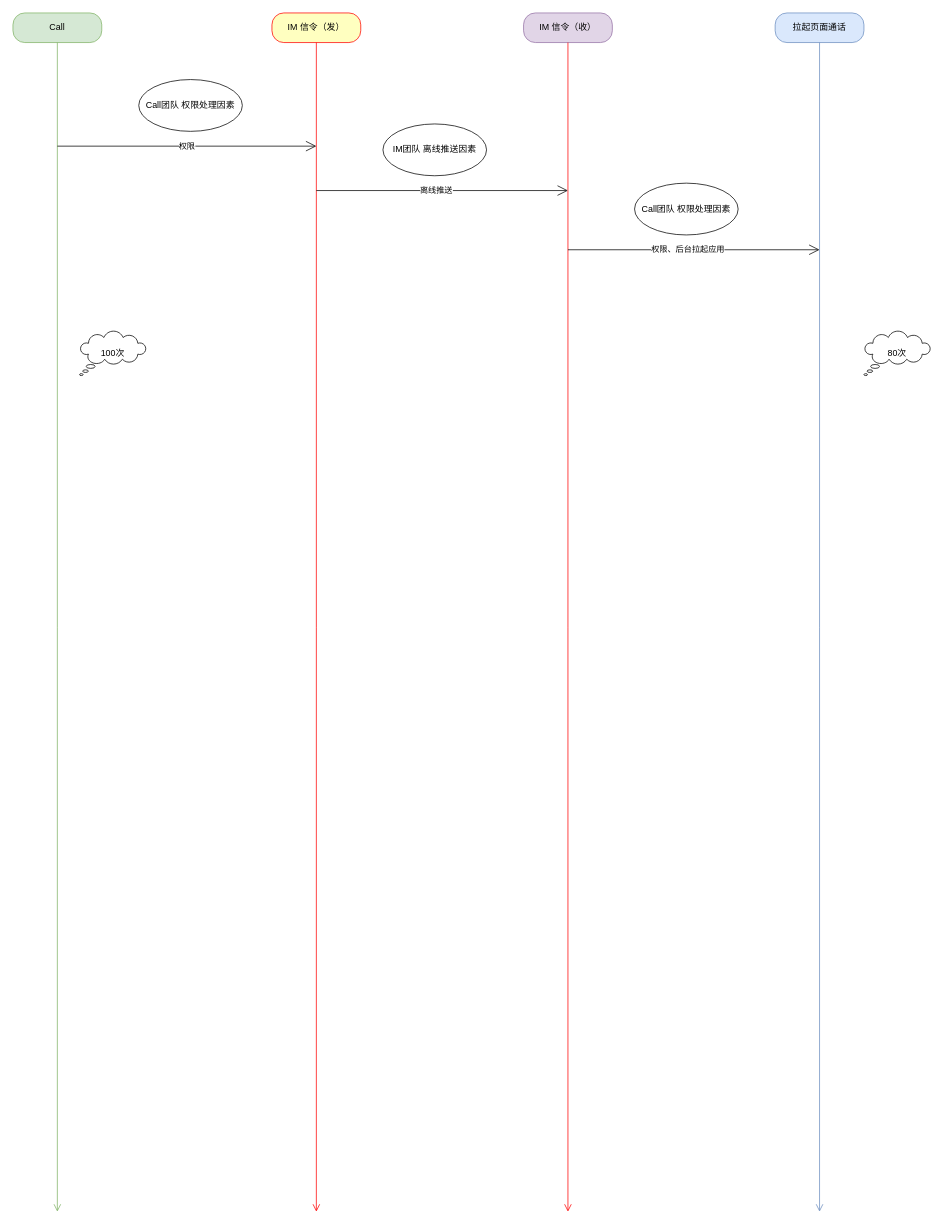
Above: diagrams/连通率.drawio in paopaosecret/resources (draw.io), before the change. Source tidied: cells renumbered, new cells numbered last; positions are measured from the earlier drawing's top-left corner, leaving out a move shared by most shapes. Both pictures are drawn from the tidied source at 74%, with x=0, y=0 at pixel (13, 13).
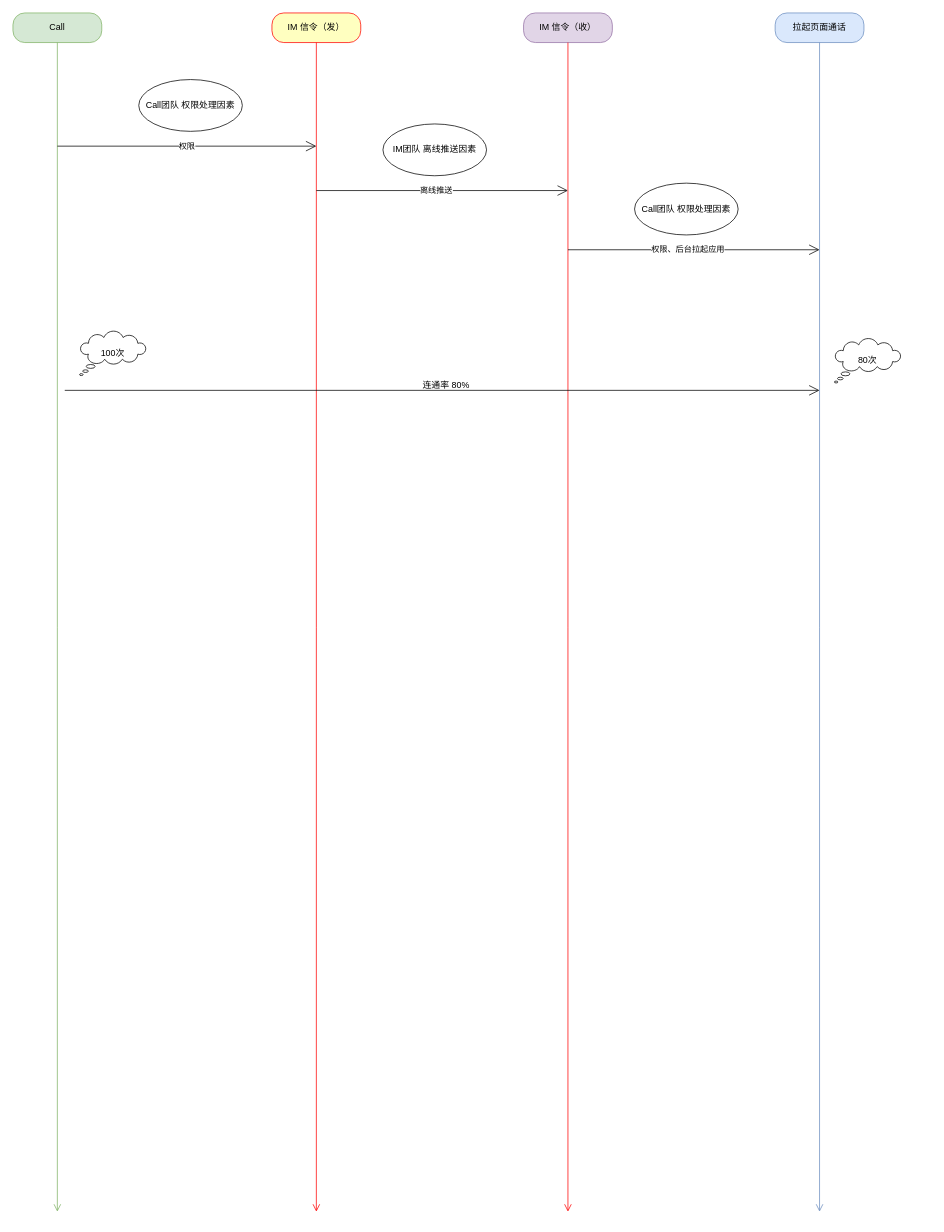
The same diagram, later.

Commit message (it also covers changes not shown here):
更新连通率.drawio

What changed in the source:
```diff
@@
     <mxCell id="20" value="80次" style="whiteSpace=wrap;html=1;shape=mxgraph.basic.cloud_callout;" parent="1" vertex="1">
-      <mxGeometry x="1150" y="430" width="90" height="60" as="geometry" />
+      <mxGeometry x="1110" y="440" width="90" height="60" as="geometry" />
     </mxCell>
+    <mxCell id="21" style="endArrow=open;endFill=1;endSize=12;html=1;rounded=0;" parent="1" edge="1">
+      <mxGeometry relative="1" as="geometry">
+        <mxPoint x="70" y="510" as="sourcePoint" />
+        <mxPoint x="1090" y="510" as="targetPoint" />
+      </mxGeometry>
+    </mxCell>
+    <mxCell id="22" value="连通率 80%" style="text;html=1;align=center;verticalAlign=middle;strokeColor=none;fillColor=none;" parent="1" vertex="1">
+      <mxGeometry x="540" y="488" width="90" height="30" as="geometry" />
+    </mxCell>
```
